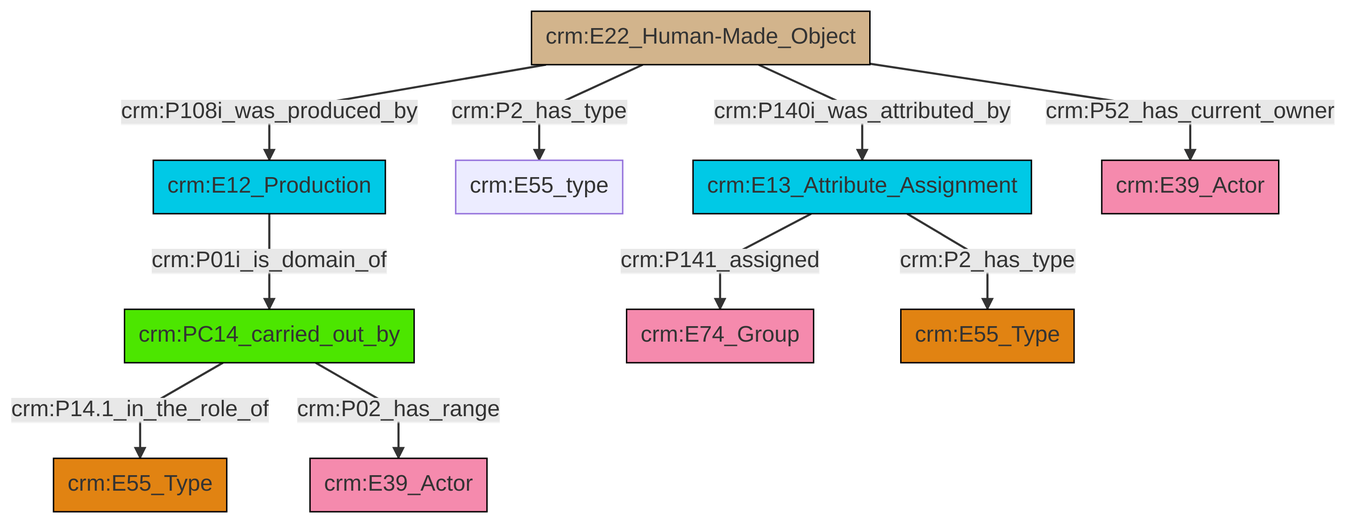
Above: et/builtWorkCSV/ttl/mmd/png/Built_Work_actor_relations.png in swiss-art-research-net/reference-data-models (Mermaid), before the change. Its source is kept beside it as et/builtWorkCSV/ttl/mmd/Built_Work_actor_relations.ttl.mmd.
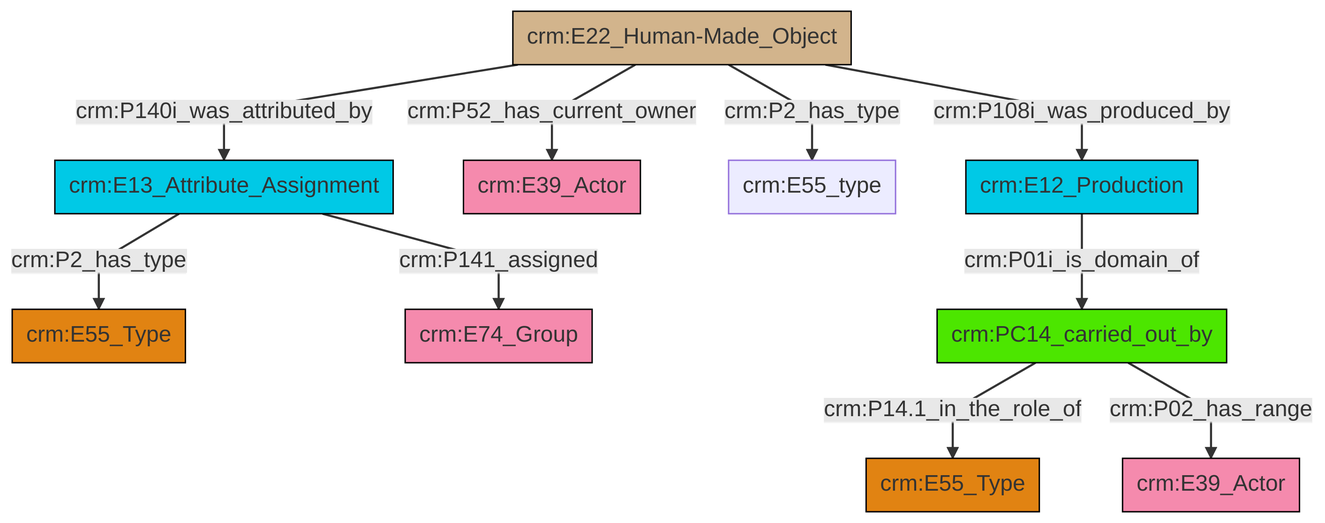
After the commit.

Diff of the diagram source:
```diff
@@ -13,12 +13,12 @@
 classDef PC_Classes fill:#4ce600, stroke:#000000;
 classDef Multi fill:#cccccc,stroke:#000000;
 
-6["crm:E12_Production"]:::Temporal_Entity -->|crm:P01i_is_domain_of| 7["crm:PC14_carried_out_by"]:::PC_Classes
-7["crm:PC14_carried_out_by"]:::PC_Classes -->|crm:P14.1_in_the_role_of| 8["crm:E55_Type"]:::Type
-12["crm:E22_Human-Made_Object"]:::Physical_Thing -->|crm:P108i_was_produced_by| 6["crm:E12_Production"]:::Temporal_Entity
-12["crm:E22_Human-Made_Object"]:::Physical_Thing -->|crm:P2_has_type| 2["crm:E55_type"]:::Default
-12["crm:E22_Human-Made_Object"]:::Physical_Thing -->|crm:P140i_was_attributed_by| 0["crm:E13_Attribute_Assignment"]:::Temporal_Entity
-0["crm:E13_Attribute_Assignment"]:::Temporal_Entity -->|crm:P2_has_type| 15["crm:E55_Type"]:::Type
-0["crm:E13_Attribute_Assignment"]:::Temporal_Entity -->|crm:P141_assigned| 13["crm:E74_Group"]:::Actor
-7["crm:PC14_carried_out_by"]:::PC_Classes -->|crm:P02_has_range| 4["crm:E39_Actor"]:::Actor
-12["crm:E22_Human-Made_Object"]:::Physical_Thing -->|crm:P52_has_current_owner| 10["crm:E39_Actor"]:::Actor
+0["crm:E13_Attribute_Assignment"]:::Temporal_Entity -->|crm:P2_has_type| 1["crm:E55_Type"]:::Type
+2["crm:E22_Human-Made_Object"]:::Physical_Thing -->|crm:P140i_was_attributed_by| 0["crm:E13_Attribute_Assignment"]:::Temporal_Entity
+2["crm:E22_Human-Made_Object"]:::Physical_Thing -->|crm:P52_has_current_owner| 3["crm:E39_Actor"]:::Actor
+0["crm:E13_Attribute_Assignment"]:::Temporal_Entity -->|crm:P141_assigned| 4["crm:E74_Group"]:::Actor
+5["crm:PC14_carried_out_by"]:::PC_Classes -->|crm:P14.1_in_the_role_of| 6["crm:E55_Type"]:::Type
+2["crm:E22_Human-Made_Object"]:::Physical_Thing -->|crm:P2_has_type| 7["crm:E55_type"]:::Default
+10["crm:E12_Production"]:::Temporal_Entity -->|crm:P01i_is_domain_of| 5["crm:PC14_carried_out_by"]:::PC_Classes
+2["crm:E22_Human-Made_Object"]:::Physical_Thing -->|crm:P108i_was_produced_by| 10["crm:E12_Production"]:::Temporal_Entity
+5["crm:PC14_carried_out_by"]:::PC_Classes -->|crm:P02_has_range| 19["crm:E39_Actor"]:::Actor
```
